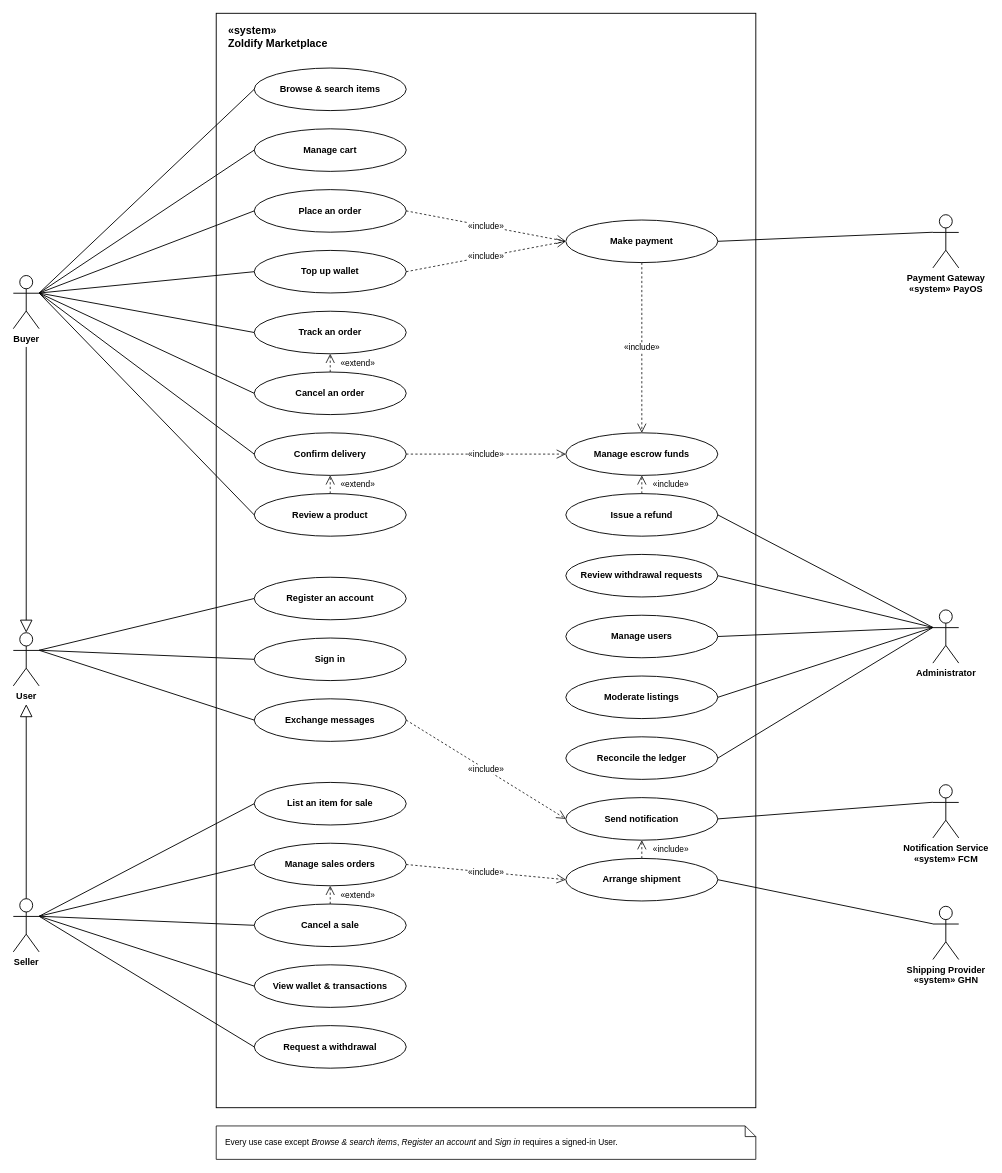
Earlier version of the draw.io diagram docs/system-design/drawio/05-use-case-diagram.drawio (tdat-dev/Zoldify_Backend). Source tidied: cells renumbered, new cells numbered last; positions are measured from the earlier drawing's top-left corner, leaving out a move shared by most shapes. Both pictures are drawn from the tidied source at 76%, with x=0, y=0 at pixel (13, 13).
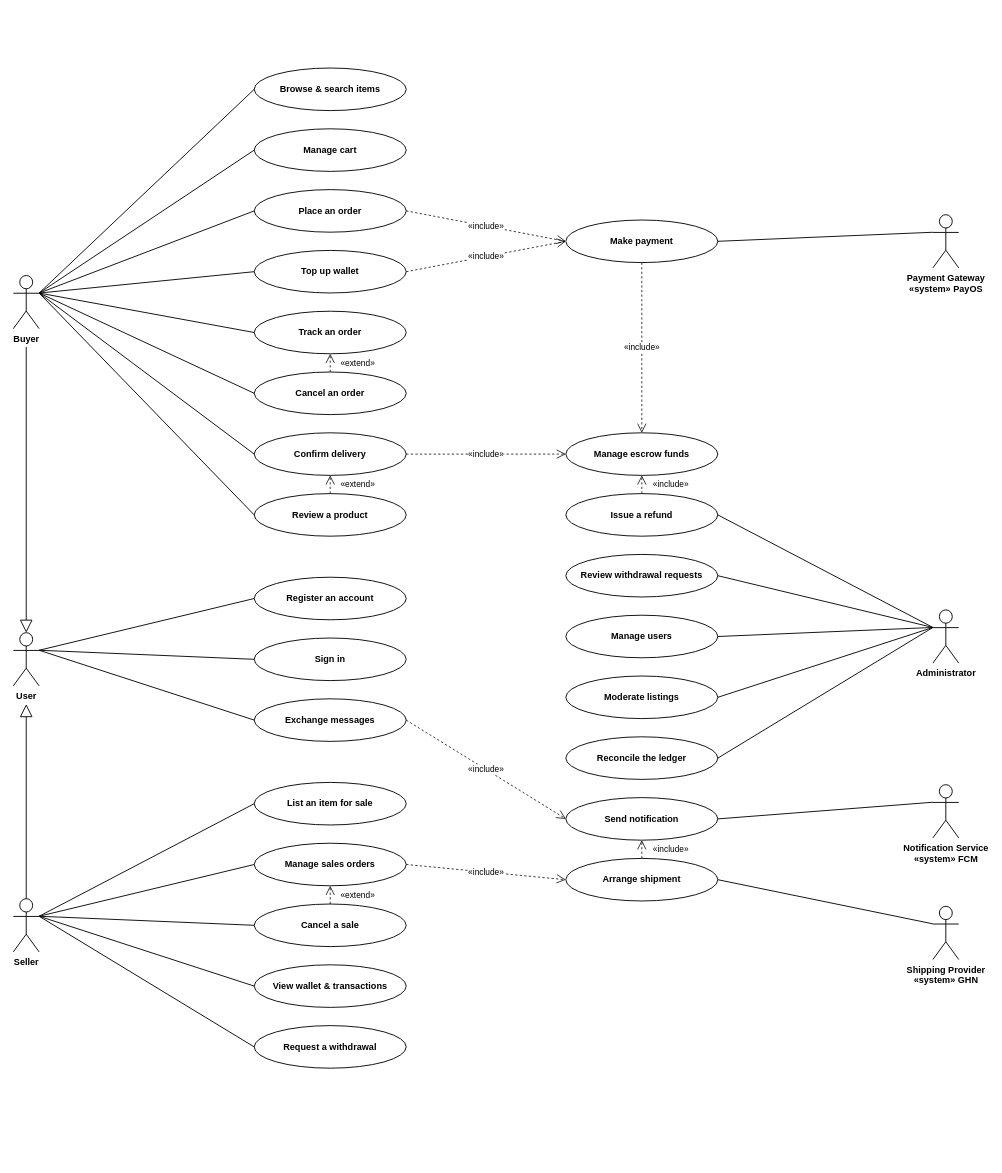
After the change.

Commit message (it also covers changes not shown here):
docs: docs(system-design): drop boundary box and note from use case diagram

Edited by hand in draw.io: the system boundary rectangle and the sign-in
precondition note were removed; render re-exported to match.

Diff of the diagram source:
```diff
@@
-    <mxCell id="2" value="«system»&lt;br&gt;Zoldify Marketplace" style="rounded=0;whiteSpace=wrap;html=1;verticalAlign=top;align=left;spacingLeft=14;spacingTop=8;fillColor=#FFFFFF;strokeColor=#000000;strokeWidth=1.2;fontSize=14;fontStyle=1;fontColor=#000000;" parent="1" vertex="1">
-      <mxGeometry x="267" width="710" height="1440" as="geometry" />
-    </mxCell>
@@
-    <mxCell id="72" value="Every use case except &lt;i&gt;Browse &amp;amp; search items&lt;/i&gt;, &lt;i&gt;Register an account&lt;/i&gt; and &lt;i&gt;Sign in&lt;/i&gt; requires a signed-in User." style="shape=note;whiteSpace=wrap;html=1;size=14;align=left;verticalAlign=middle;spacingLeft=10;spacingRight=10;fillColor=#FFFFFF;strokeColor=#000000;fontSize=11;fontColor=#000000;" parent="1" vertex="1">
-      <mxGeometry x="267" y="1464" width="710" height="44" as="geometry" />
-    </mxCell>
```
